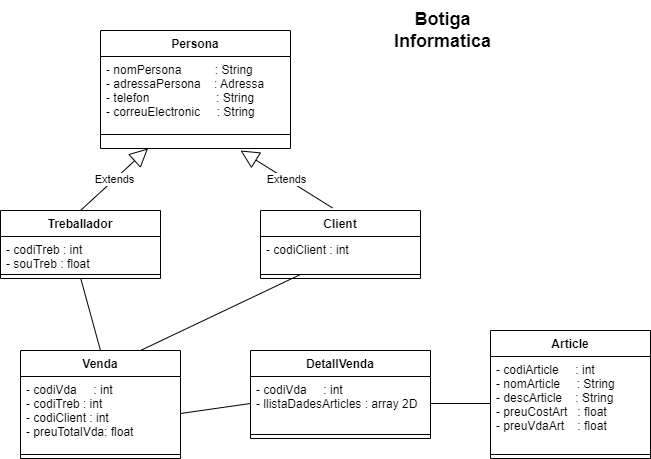
Above: img/UML_Boitiga.png in joanpardogine/CompletaProfe (draw.io), before the change. Source tidied: cells renumbered, new cells last; positions are measured from the earlier drawing's top-left corner, leaving out a move shared by most shapes. Its diagram source:
```xml
<mxGraphModel>
  <root>
    <mxCell id="0" />
    <mxCell id="1" parent="0" />
    <mxCell id="2" value="Persona" style="swimlane;fontStyle=1;align=center;verticalAlign=top;horizontal=1;startSize=26;" parent="1" vertex="1">
      <mxGeometry x="100" y="30" width="190" height="118" as="geometry" />
    </mxCell>
    <mxCell id="3" value="- nomPersona          : String&#10;- adressaPersona    : Adressa&#10;- telefon                    : String&#10;- correuElectronic     : String" style="text;strokeColor=none;fillColor=none;align=left;verticalAlign=top;spacingLeft=4;spacingRight=4;overflow=hidden;" parent="2" vertex="1">
      <mxGeometry y="26" width="190" height="64" as="geometry" />
    </mxCell>
    <mxCell id="4" style="line;strokeWidth=1;fillColor=none;align=left;verticalAlign=middle;spacingTop=-1;spacingLeft=3;spacingRight=3;labelPosition=right;" parent="2" vertex="1">
      <mxGeometry y="90" width="190" height="28" as="geometry" />
    </mxCell>
    <mxCell id="5" value="Treballador" style="swimlane;fontStyle=1;align=center;verticalAlign=top;horizontal=1;startSize=26;" parent="1" vertex="1">
      <mxGeometry y="210" width="160" height="68" as="geometry" />
    </mxCell>
    <mxCell id="6" value="- codiTreb : int&#10;- souTreb : float" style="text;strokeColor=none;fillColor=none;align=left;verticalAlign=top;spacingLeft=4;spacingRight=4;overflow=hidden;" parent="5" vertex="1">
      <mxGeometry y="26" width="160" height="34" as="geometry" />
    </mxCell>
    <mxCell id="7" style="line;strokeWidth=1;fillColor=none;align=left;verticalAlign=middle;spacingTop=-1;spacingLeft=3;spacingRight=3;labelPosition=right;points=[];portConstraint=eastwest;" parent="5" vertex="1">
      <mxGeometry y="60" width="160" height="8" as="geometry" />
    </mxCell>
    <mxCell id="8" value="Extends" style="endArrow=block;endSize=16;endFill=0;html=1;rounded=0;exitX=0.5;exitY=0;exitDx=0;exitDy=0;entryX=0.25;entryY=1;entryDx=0;entryDy=0;" parent="1" edge="1" source="5" target="2">
      <mxGeometry relative="1" as="geometry" />
    </mxCell>
    <mxCell id="9" value="Client" style="swimlane;fontStyle=1;align=center;verticalAlign=top;horizontal=1;startSize=26;" parent="1" vertex="1">
      <mxGeometry x="260" y="210" width="160" height="68" as="geometry" />
    </mxCell>
    <mxCell id="10" value="- codiClient : int" style="text;strokeColor=none;fillColor=none;align=left;verticalAlign=top;spacingLeft=4;spacingRight=4;overflow=hidden;" parent="9" vertex="1">
      <mxGeometry y="26" width="160" height="34" as="geometry" />
    </mxCell>
    <mxCell id="11" style="line;strokeWidth=1;fillColor=none;align=left;verticalAlign=middle;spacingTop=-1;spacingLeft=3;spacingRight=3;labelPosition=right;points=[];portConstraint=eastwest;" parent="9" vertex="1">
      <mxGeometry y="60" width="160" height="8" as="geometry" />
    </mxCell>
    <mxCell id="12" value="Extends" style="endArrow=block;endSize=16;endFill=0;html=1;rounded=0;exitX=0.45;exitY=-0.038;exitDx=0;exitDy=0;exitPerimeter=0;" parent="1" edge="1" source="9">
      <mxGeometry relative="1" as="geometry">
        <mxPoint x="240" y="150" as="targetPoint" />
      </mxGeometry>
    </mxCell>
    <mxCell id="13" value="Article" style="swimlane;fontStyle=1;align=center;verticalAlign=top;horizontal=1;startSize=26;" parent="1" vertex="1">
      <mxGeometry x="490" y="330" width="160" height="128" as="geometry" />
    </mxCell>
    <mxCell id="14" value="- codiArticle     : int&#10;- nomArticle     : String&#10;- descArticle    : String&#10;- preuCostArt   : float&#10;- preuVdaArt    : float" style="text;strokeColor=none;fillColor=none;align=left;verticalAlign=top;spacingLeft=4;spacingRight=4;overflow=hidden;points=[[0,0.5],[1,0.5]];portConstraint=eastwest;" parent="13" vertex="1">
      <mxGeometry y="26" width="160" height="94" as="geometry" />
    </mxCell>
    <mxCell id="15" style="line;strokeWidth=1;fillColor=none;align=left;verticalAlign=middle;spacingTop=-1;spacingLeft=3;spacingRight=3;labelPosition=right;" parent="13" vertex="1">
      <mxGeometry y="120" width="160" height="8" as="geometry" />
    </mxCell>
    <mxCell id="16" value="Venda" style="swimlane;fontStyle=1;align=center;verticalAlign=top;horizontal=1;startSize=26;" parent="1" vertex="1">
      <mxGeometry x="20" y="350" width="160" height="108" as="geometry" />
    </mxCell>
    <mxCell id="17" value="- codiVda     : int&#10;- codiTreb : int&#10;- codiClient : int&#10;- preuTotalVda: float" style="text;strokeColor=none;fillColor=none;align=left;verticalAlign=top;spacingLeft=4;spacingRight=4;overflow=hidden;points=[[0,0.5],[1,0.5]];portConstraint=eastwest;" parent="16" vertex="1">
      <mxGeometry y="26" width="160" height="74" as="geometry" />
    </mxCell>
    <mxCell id="18" style="line;strokeWidth=1;fillColor=none;align=left;verticalAlign=middle;spacingTop=-1;spacingLeft=3;spacingRight=3;labelPosition=right;" parent="16" vertex="1">
      <mxGeometry y="100" width="160" height="8" as="geometry" />
    </mxCell>
    <mxCell id="19" value="DetallVenda" style="swimlane;fontStyle=1;align=center;verticalAlign=top;horizontal=1;startSize=26;" parent="1" vertex="1">
      <mxGeometry x="250" y="350" width="180" height="88" as="geometry" />
    </mxCell>
    <mxCell id="20" value="- codiVda     : int&#10;- llistaDadesArticles : array 2D" style="text;strokeColor=none;fillColor=none;align=left;verticalAlign=top;spacingLeft=4;spacingRight=4;overflow=hidden;points=[[0,0.5],[1,0.5]];portConstraint=eastwest;" parent="19" vertex="1">
      <mxGeometry y="26" width="180" height="54" as="geometry" />
    </mxCell>
    <mxCell id="21" style="line;strokeWidth=1;fillColor=none;align=left;verticalAlign=middle;spacingTop=-1;spacingLeft=3;spacingRight=3;labelPosition=right;" parent="19" vertex="1">
      <mxGeometry y="80" width="180" height="8" as="geometry" />
    </mxCell>
    <mxCell id="22" style="endArrow=none;html=1;rounded=0;exitX=0;exitY=0.5;exitDx=0;exitDy=0;entryX=1;entryY=0.5;entryDx=0;entryDy=0;" parent="1" edge="1" source="20" target="17">
      <mxGeometry relative="1" as="geometry" />
    </mxCell>
    <mxCell id="23" style="endArrow=none;html=1;rounded=0;entryX=1;entryY=0.5;entryDx=0;entryDy=0;exitX=0;exitY=0.5;exitDx=0;exitDy=0;" parent="1" edge="1" source="14" target="20">
      <mxGeometry relative="1" as="geometry" />
    </mxCell>
    <mxCell id="24" style="endArrow=none;html=1;rounded=0;exitX=0.501;exitY=0.978;exitDx=0;exitDy=0;entryX=0.5;entryY=0;entryDx=0;entryDy=0;exitPerimeter=0;" parent="1" edge="1" source="7" target="16">
      <mxGeometry relative="1" as="geometry" />
    </mxCell>
    <mxCell id="25" style="endArrow=none;html=1;rounded=0;entryX=0.75;entryY=0;entryDx=0;entryDy=0;exitX=0.25;exitY=0.5;exitDx=0;exitDy=0;exitPerimeter=0;" parent="1" edge="1" source="11" target="16">
      <mxGeometry relative="1" as="geometry" />
    </mxCell>
    <mxCell id="26" value="&lt;font style=&quot;font-size: 18px&quot;&gt;&lt;b&gt;Botiga Informatica&lt;/b&gt;&lt;/font&gt;" style="text;html=1;strokeColor=none;fillColor=none;align=center;verticalAlign=middle;whiteSpace=wrap;rounded=0;" parent="1" vertex="1">
      <mxGeometry x="375" width="135" height="60" as="geometry" />
    </mxCell>
  </root>
</mxGraphModel>
```
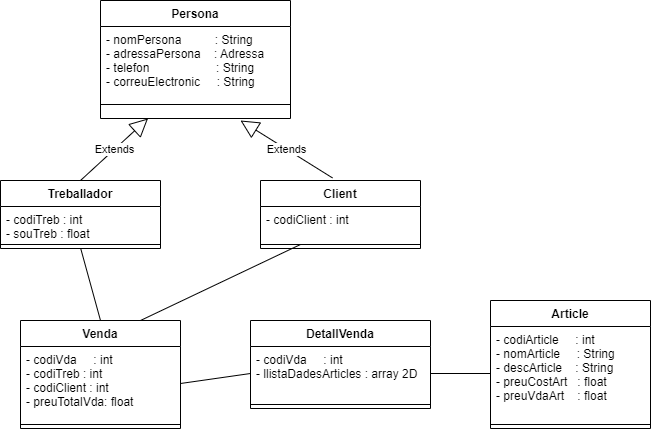
The same file after the commit.

Diff of the diagram source:
```diff
@@ -76,8 +76,5 @@
     <mxCell id="25" style="endArrow=none;html=1;rounded=0;entryX=0.75;entryY=0;entryDx=0;entryDy=0;exitX=0.25;exitY=0.5;exitDx=0;exitDy=0;exitPerimeter=0;" parent="1" edge="1" source="11" target="16">
       <mxGeometry relative="1" as="geometry" />
     </mxCell>
-    <mxCell id="26" value="&lt;font style=&quot;font-size: 18px&quot;&gt;&lt;b&gt;Botiga Informatica&lt;/b&gt;&lt;/font&gt;" style="text;html=1;strokeColor=none;fillColor=none;align=center;verticalAlign=middle;whiteSpace=wrap;rounded=0;" parent="1" vertex="1">
-      <mxGeometry x="375" width="135" height="60" as="geometry" />
-    </mxCell>
   </root>
 </mxGraphModel>
```
